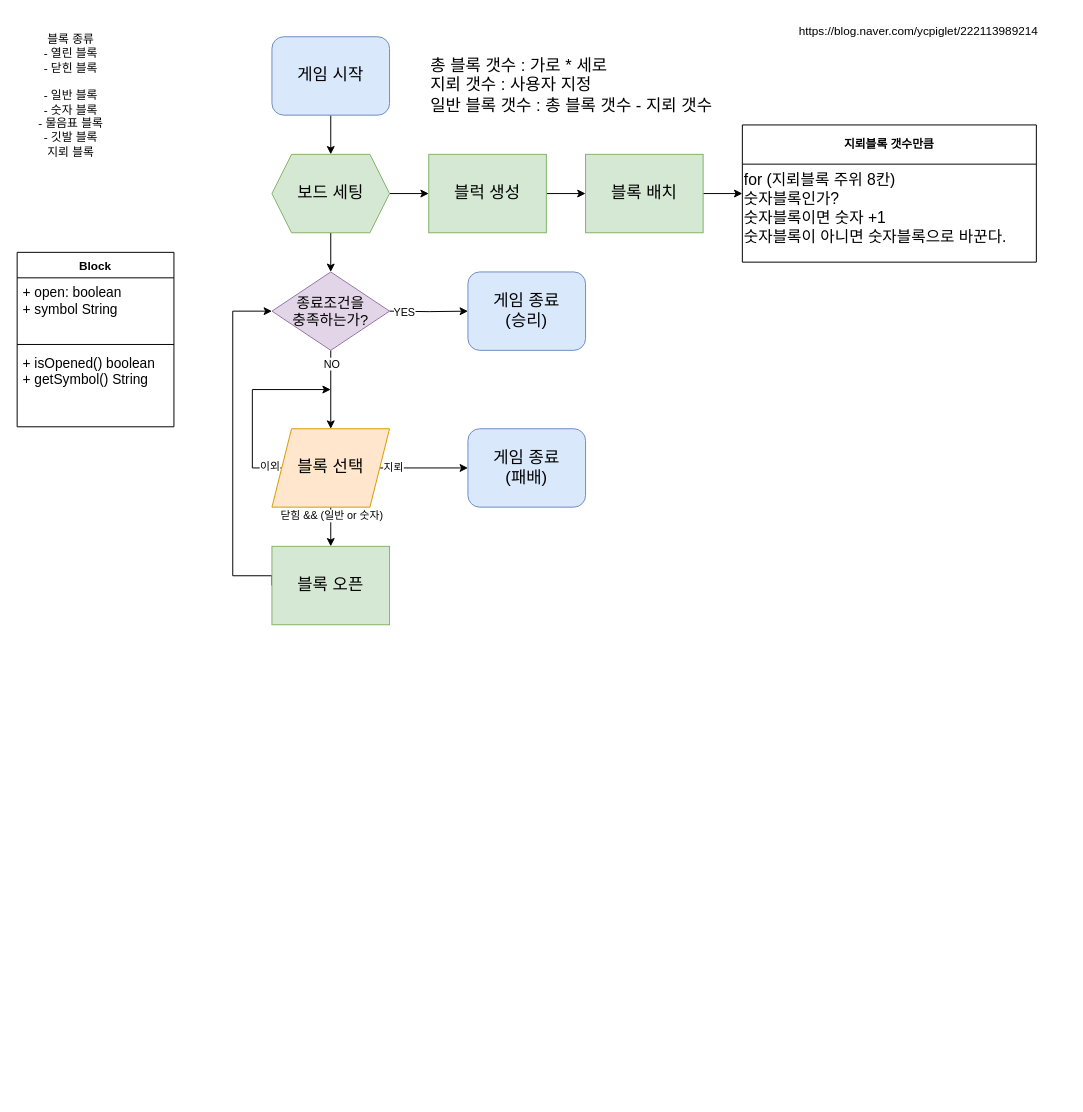
Above: minesweaper.drawio in siddltkfkd/minesweaper (draw.io), before the change. Source tidied: cells renumbered, new cells numbered last; positions are measured from the earlier drawing's top-left corner, leaving out a move shared by most shapes. Both pictures are drawn from the tidied source at 98%, with x=0, y=0 at pixel (17, 17).
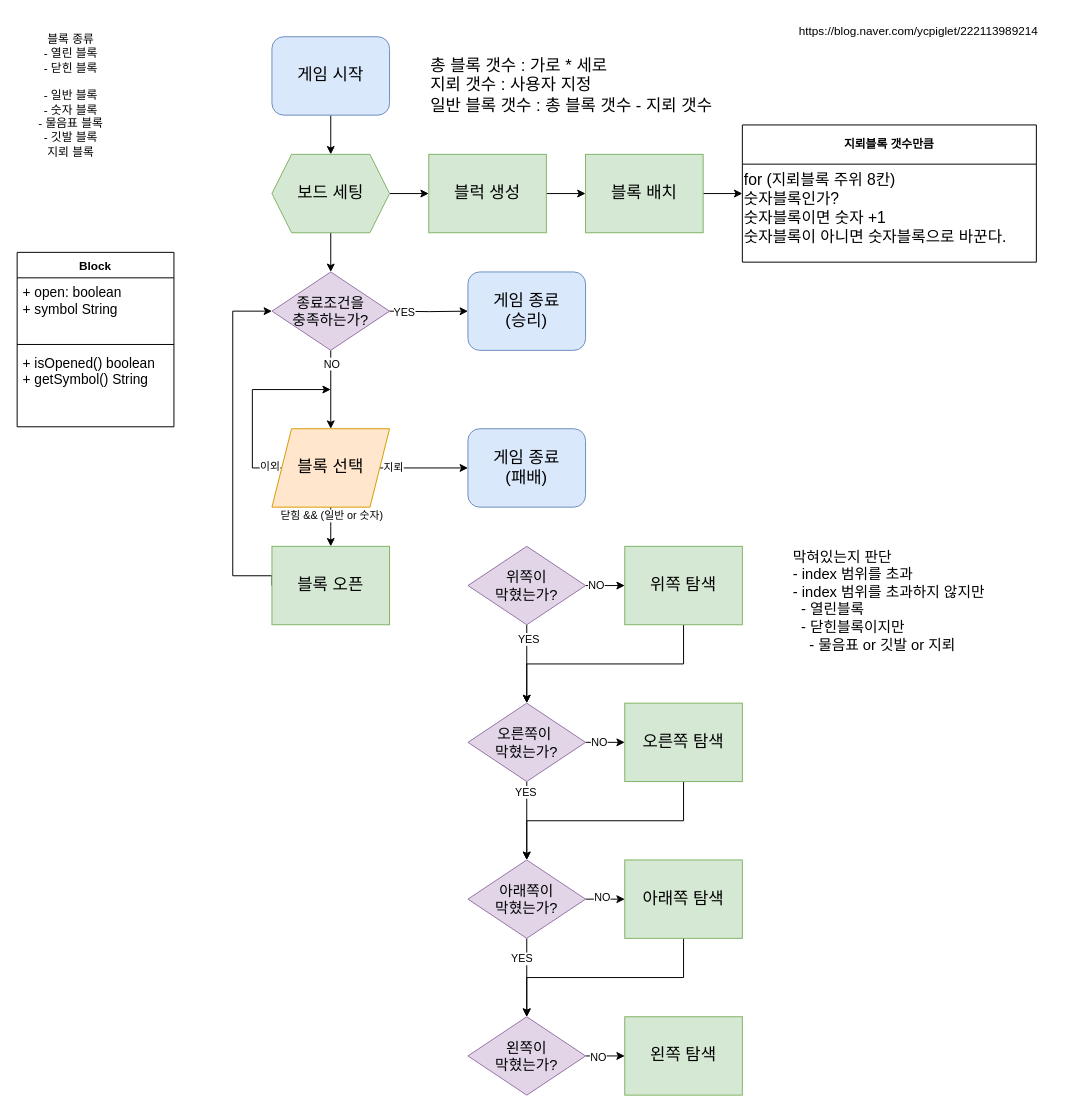
Above is the later version.

Change to the diagram source:
```diff
@@
+    <mxCell id="36" style="edgeStyle=orthogonalEdgeStyle;rounded=0;jettySize=auto;html=1;exitX=1;exitY=0.5;exitDx=0;exitDy=0;" parent="1" edge="1" source="40" target="42">
+      <mxGeometry relative="1" as="geometry" />
+    </mxCell>
+    <mxCell id="37" value="NO" style="edgeLabel;html=1;align=center;verticalAlign=middle;" parent="36" vertex="1">
+      <mxGeometry x="-0.5" y="1" relative="1" as="geometry" />
+    </mxCell>
+    <mxCell id="38" style="edgeStyle=orthogonalEdgeStyle;rounded=0;jettySize=auto;html=1;exitX=0.5;exitY=1;exitDx=0;exitDy=0;entryX=0.5;entryY=0;entryDx=0;entryDy=0;" parent="1" edge="1" source="40" target="47">
+      <mxGeometry relative="1" as="geometry" />
+    </mxCell>
+    <mxCell id="39" value="YES" style="edgeLabel;html=1;align=center;verticalAlign=middle;" parent="38" vertex="1">
+      <mxGeometry x="-0.65" y="1" relative="1" as="geometry" />
+    </mxCell>
+    <mxCell id="40" value="위쪽이&lt;div&gt;막혔는가?&lt;/div&gt;" style="rhombus;whiteSpace=wrap;html=1;fillColor=#e1d5e7;strokeColor=#9673a6;fontSize=15;" parent="1" vertex="1">
+      <mxGeometry x="460" y="540" width="120" height="80" as="geometry" />
+    </mxCell>
+    <mxCell id="41" style="edgeStyle=orthogonalEdgeStyle;rounded=0;jettySize=auto;html=1;exitX=0.5;exitY=1;exitDx=0;exitDy=0;" parent="1" edge="1" source="42" target="47">
+      <mxGeometry relative="1" as="geometry" />
+    </mxCell>
+    <mxCell id="42" value="위쪽 탐색" style="rounded=0;whiteSpace=wrap;html=1;fillColor=#d5e8d4;strokeColor=#82b366;fontSize=17;" parent="1" vertex="1">
+      <mxGeometry x="620" y="540" width="120" height="80" as="geometry" />
+    </mxCell>
+    <mxCell id="43" style="edgeStyle=orthogonalEdgeStyle;rounded=0;jettySize=auto;html=1;exitX=0.5;exitY=1;exitDx=0;exitDy=0;entryX=0.5;entryY=0;entryDx=0;entryDy=0;" parent="1" edge="1" source="47" target="54">
+      <mxGeometry relative="1" as="geometry" />
+    </mxCell>
+    <mxCell id="44" value="YES" style="edgeLabel;html=1;align=center;verticalAlign=middle;" parent="43" vertex="1">
+      <mxGeometry x="-0.75" y="-2" relative="1" as="geometry" />
+    </mxCell>
+    <mxCell id="45" style="edgeStyle=orthogonalEdgeStyle;rounded=0;jettySize=auto;html=1;exitX=1;exitY=0.5;exitDx=0;exitDy=0;entryX=0;entryY=0.5;entryDx=0;entryDy=0;" parent="1" edge="1" source="47" target="49">
+      <mxGeometry relative="1" as="geometry" />
+    </mxCell>
+    <mxCell id="46" value="NO" style="edgeLabel;html=1;align=center;verticalAlign=middle;" parent="45" vertex="1">
+      <mxGeometry x="-0.35" y="1" relative="1" as="geometry" />
+    </mxCell>
+    <mxCell id="47" value="오른쪽이&amp;nbsp;&lt;div&gt;막혔는가?&lt;/div&gt;" style="rhombus;whiteSpace=wrap;html=1;fillColor=#e1d5e7;strokeColor=#9673a6;fontSize=15;" parent="1" vertex="1">
+      <mxGeometry x="460" y="700" width="120" height="80" as="geometry" />
+    </mxCell>
+    <mxCell id="48" style="edgeStyle=orthogonalEdgeStyle;rounded=0;jettySize=auto;html=1;exitX=0.5;exitY=1;exitDx=0;exitDy=0;" parent="1" edge="1" source="49" target="54">
+      <mxGeometry relative="1" as="geometry" />
+    </mxCell>
+    <mxCell id="49" value="오른쪽 탐색" style="rounded=0;whiteSpace=wrap;html=1;fillColor=#d5e8d4;strokeColor=#82b366;fontSize=17;" parent="1" vertex="1">
+      <mxGeometry x="620" y="700" width="120" height="80" as="geometry" />
+    </mxCell>
+    <mxCell id="50" style="edgeStyle=orthogonalEdgeStyle;rounded=0;jettySize=auto;html=1;exitX=0.5;exitY=1;exitDx=0;exitDy=0;entryX=0.5;entryY=0;entryDx=0;entryDy=0;" parent="1" edge="1" source="54" target="57">
+      <mxGeometry relative="1" as="geometry" />
+    </mxCell>
+    <mxCell id="51" value="YES" style="edgeLabel;html=1;align=center;verticalAlign=middle;" parent="50" vertex="1">
+      <mxGeometry x="-0.5" y="-6" relative="1" as="geometry" />
+    </mxCell>
+    <mxCell id="52" style="edgeStyle=orthogonalEdgeStyle;rounded=0;jettySize=auto;html=1;exitX=1;exitY=0.5;exitDx=0;exitDy=0;entryX=0;entryY=0.5;entryDx=0;entryDy=0;" parent="1" edge="1" source="54" target="59">
+      <mxGeometry relative="1" as="geometry" />
+    </mxCell>
+    <mxCell id="53" value="NO" style="edgeLabel;html=1;align=center;verticalAlign=middle;" parent="52" vertex="1">
+      <mxGeometry x="-0.2" y="3" relative="1" as="geometry" />
+    </mxCell>
+    <mxCell id="54" value="아래&lt;span style=&quot;background-color: initial;&quot;&gt;쪽이&lt;/span&gt;&lt;div&gt;&lt;div&gt;막혔는가?&lt;/div&gt;&lt;/div&gt;" style="rhombus;whiteSpace=wrap;html=1;fillColor=#e1d5e7;strokeColor=#9673a6;fontSize=15;" parent="1" vertex="1">
+      <mxGeometry x="460" y="860" width="120" height="80" as="geometry" />
+    </mxCell>
+    <mxCell id="55" style="edgeStyle=orthogonalEdgeStyle;rounded=0;jettySize=auto;html=1;exitX=1;exitY=0.5;exitDx=0;exitDy=0;entryX=0;entryY=0.5;entryDx=0;entryDy=0;" parent="1" edge="1" source="57" target="60">
+      <mxGeometry relative="1" as="geometry" />
+    </mxCell>
+    <mxCell id="56" value="NO" style="edgeLabel;html=1;align=center;verticalAlign=middle;" parent="55" vertex="1">
+      <mxGeometry x="-0.4" y="-1" relative="1" as="geometry" />
+    </mxCell>
+    <mxCell id="57" value="왼쪽이&lt;div&gt;막혔는가?&lt;/div&gt;" style="rhombus;whiteSpace=wrap;html=1;fillColor=#e1d5e7;strokeColor=#9673a6;fontSize=15;" parent="1" vertex="1">
+      <mxGeometry x="460" y="1020" width="120" height="80" as="geometry" />
+    </mxCell>
+    <mxCell id="58" style="edgeStyle=orthogonalEdgeStyle;rounded=0;jettySize=auto;html=1;exitX=0.5;exitY=1;exitDx=0;exitDy=0;entryX=0.5;entryY=0;entryDx=0;entryDy=0;" parent="1" edge="1" source="59" target="57">
+      <mxGeometry relative="1" as="geometry" />
+    </mxCell>
+    <mxCell id="59" value="아래쪽 탐색" style="rounded=0;whiteSpace=wrap;html=1;fillColor=#d5e8d4;strokeColor=#82b366;fontSize=17;" parent="1" vertex="1">
+      <mxGeometry x="620" y="860" width="120" height="80" as="geometry" />
+    </mxCell>
+    <mxCell id="60" value="왼쪽 탐색" style="rounded=0;whiteSpace=wrap;html=1;fillColor=#d5e8d4;strokeColor=#82b366;fontSize=17;" parent="1" vertex="1">
+      <mxGeometry x="620" y="1020" width="120" height="80" as="geometry" />
+    </mxCell>
+    <mxCell id="61" value="&lt;div&gt;막혀있는지 판단&lt;/div&gt;&lt;div&gt;- index 범위를 초과&lt;/div&gt;&lt;div&gt;- index 범위를 초과하지 않지만&lt;/div&gt;&amp;nbsp; - 열린블록&lt;div&gt;&amp;nbsp; - 닫힌블록이지만&lt;br&gt;&lt;div style=&quot;font-size: 15px;&quot;&gt;&amp;nbsp; &amp;nbsp; - &lt;span style=&quot;background-color: initial; font-size: 15px;&quot;&gt;물음표 or 깃발 or 지뢰&lt;/span&gt;&lt;/div&gt;&lt;/div&gt;" style="text;html=1;align=left;verticalAlign=middle;whiteSpace=wrap;rounded=0;fontSize=15;" parent="1" vertex="1">
+      <mxGeometry x="790" y="530" width="280" height="130" as="geometry" />
+    </mxCell>
```
